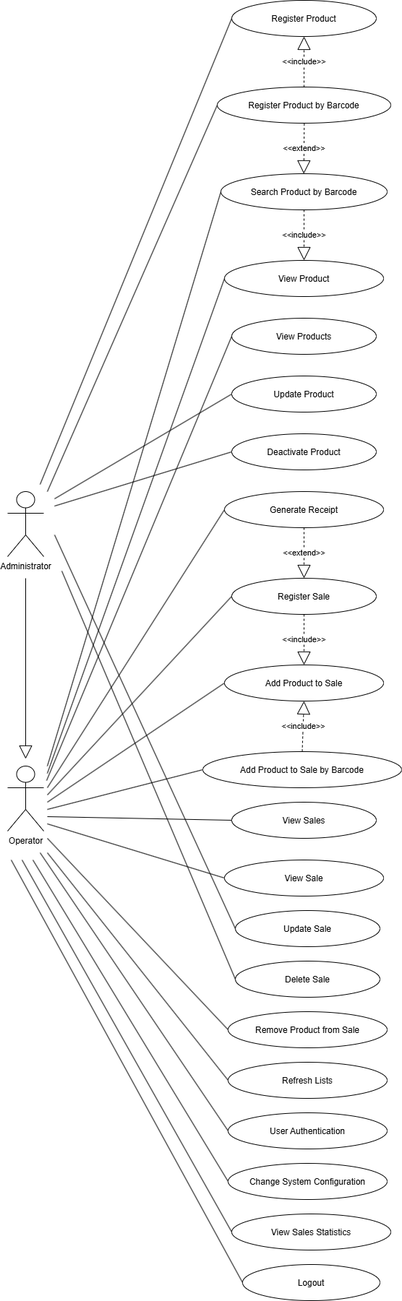
Before: docs/diagrams/Use_Case_Diagram.png, a diagram exported from draw.io (Marcos556149/sales-management-system). Source tidied: cells renumbered, new cells last; positions are measured from the earlier drawing's top-left corner, leaving out a move shared by most shapes.
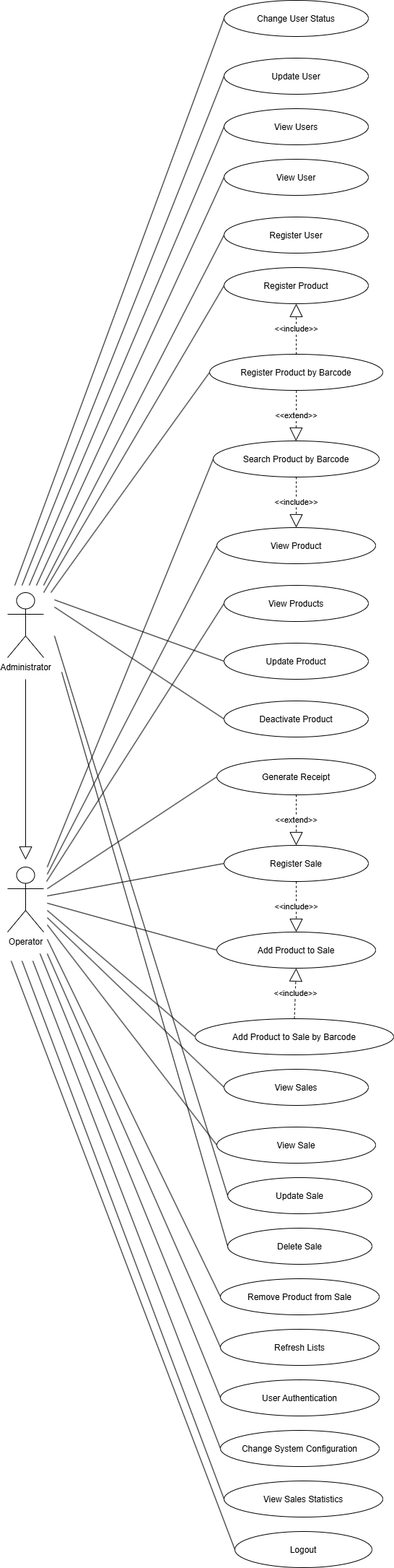
After the commit.

Commit message:
docs: update use case diagram to include user management functionalities

The edit, as a diff of the source:
```diff
@@ -57,10 +57,10 @@
       <mxGeometry x="305" y="1470" width="220" height="50" as="geometry" />
     </mxCell>
     <mxCell id="20" value="Administrator" style="shape=umlActor;verticalLabelPosition=bottom;verticalAlign=top;html=1;" parent="1" vertex="1">
-      <mxGeometry y="680" width="50" height="90" as="geometry" />
+      <mxGeometry x="10" y="450" width="50" height="90" as="geometry" />
     </mxCell>
     <mxCell id="21" value="Operator" style="shape=umlActor;verticalLabelPosition=bottom;verticalAlign=top;html=1;" parent="1" vertex="1">
-      <mxGeometry y="1060" width="50" height="90" as="geometry" />
+      <mxGeometry x="10" y="830" width="50" height="90" as="geometry" />
     </mxCell>
     <mxCell id="22" value="&amp;lt;&amp;lt;include&amp;gt;&amp;gt;" style="endArrow=block;endSize=16;endFill=0;html=1;rounded=0;dashed=1;exitX=0.5;exitY=1;exitDx=0;exitDy=0;entryX=0.5;entryY=0;entryDx=0;entryDy=0;" parent="1" edge="1" source="6" target="8">
       <mxGeometry relative="1" as="geometry" />
@@ -83,126 +83,165 @@
         <mxPoint x="409.7" y="240" as="targetPoint" />
       </mxGeometry>
     </mxCell>
-    <mxCell id="28" style="endArrow=none;html=1;rounded=0;entryX=0;entryY=0.5;entryDx=0;entryDy=0;" parent="1" edge="1" target="6">
-      <mxGeometry relative="1" as="geometry">
-        <mxPoint x="55" y="1060" as="sourcePoint" />
-      </mxGeometry>
-    </mxCell>
-    <mxCell id="29" style="endArrow=none;html=1;rounded=0;entryX=0;entryY=0.5;entryDx=0;entryDy=0;" parent="1" edge="1" target="8">
-      <mxGeometry relative="1" as="geometry">
-        <mxPoint x="55" y="1070" as="sourcePoint" />
-      </mxGeometry>
-    </mxCell>
-    <mxCell id="30" style="endArrow=none;html=1;rounded=0;entryX=0;entryY=0.5;entryDx=0;entryDy=0;" parent="1" edge="1" target="3">
-      <mxGeometry relative="1" as="geometry">
-        <mxPoint x="54" y="1080" as="sourcePoint" />
-      </mxGeometry>
-    </mxCell>
-    <mxCell id="31" style="endArrow=none;html=1;rounded=0;entryX=0;entryY=0.5;entryDx=0;entryDy=0;" parent="1" edge="1" target="18">
-      <mxGeometry relative="1" as="geometry">
-        <mxPoint x="45" y="1180" as="sourcePoint" />
-      </mxGeometry>
-    </mxCell>
-    <mxCell id="32" style="endArrow=block;endSize=16;endFill=0;html=1;rounded=0;" parent="1" edge="1">
-      <mxGeometry relative="1" as="geometry">
-        <mxPoint x="25" y="800" as="sourcePoint" />
-        <mxPoint x="25" y="1050" as="targetPoint" />
-      </mxGeometry>
-    </mxCell>
-    <mxCell id="33" style="endArrow=none;html=1;rounded=0;entryX=0;entryY=0.5;entryDx=0;entryDy=0;" parent="1" edge="1" target="10">
-      <mxGeometry relative="1" as="geometry">
-        <mxPoint x="55" y="1130" as="sourcePoint" />
-      </mxGeometry>
-    </mxCell>
-    <mxCell id="34" style="endArrow=none;html=1;rounded=0;entryX=0;entryY=0.5;entryDx=0;entryDy=0;" parent="1" edge="1" target="17">
-      <mxGeometry relative="1" as="geometry">
-        <mxPoint x="55" y="1140" as="sourcePoint" />
-      </mxGeometry>
-    </mxCell>
-    <mxCell id="35" style="endArrow=none;html=1;rounded=0;entryX=0;entryY=0.5;entryDx=0;entryDy=0;" parent="1" edge="1" target="9">
-      <mxGeometry relative="1" as="geometry">
-        <mxPoint x="55" y="1100" as="sourcePoint" />
-      </mxGeometry>
-    </mxCell>
-    <mxCell id="36" style="endArrow=none;html=1;rounded=0;entryX=0;entryY=0.5;entryDx=0;entryDy=0;" parent="1" edge="1" target="14">
-      <mxGeometry relative="1" as="geometry">
-        <mxPoint x="55" y="1110" as="sourcePoint" />
-      </mxGeometry>
-    </mxCell>
-    <mxCell id="37" style="endArrow=none;html=1;rounded=0;entryX=0;entryY=0.5;entryDx=0;entryDy=0;" parent="1" edge="1" target="13">
-      <mxGeometry relative="1" as="geometry">
-        <mxPoint x="55" y="1120" as="sourcePoint" />
-      </mxGeometry>
-    </mxCell>
-    <mxCell id="38" style="endArrow=none;html=1;rounded=0;entryX=0;entryY=0.5;entryDx=0;entryDy=0;" parent="1" edge="1" target="15">
-      <mxGeometry relative="1" as="geometry">
-        <mxPoint x="55" y="1160" as="sourcePoint" />
-      </mxGeometry>
-    </mxCell>
-    <mxCell id="39" style="endArrow=none;html=1;rounded=0;entryX=0;entryY=0.5;entryDx=0;entryDy=0;" parent="1" edge="1" target="16">
-      <mxGeometry relative="1" as="geometry">
-        <mxPoint x="55" y="1090" as="sourcePoint" />
-      </mxGeometry>
-    </mxCell>
-    <mxCell id="40" style="endArrow=none;html=1;rounded=0;entryX=0;entryY=0.5;entryDx=0;entryDy=0;" parent="1" edge="1" target="19">
-      <mxGeometry relative="1" as="geometry">
-        <mxPoint x="55" y="1180" as="sourcePoint" />
-      </mxGeometry>
-    </mxCell>
-    <mxCell id="41" style="endArrow=none;html=1;rounded=0;entryX=0;entryY=0.5;entryDx=0;entryDy=0;" parent="1" edge="1">
-      <mxGeometry relative="1" as="geometry">
-        <mxPoint x="35" y="1190" as="sourcePoint" />
-        <mxPoint x="305" y="1635" as="targetPoint" />
-      </mxGeometry>
-    </mxCell>
-    <mxCell id="42" style="endArrow=none;html=1;rounded=0;entryX=0;entryY=0.5;entryDx=0;entryDy=0;" parent="1" edge="1" target="2">
-      <mxGeometry relative="1" as="geometry">
-        <mxPoint x="45" y="670" as="sourcePoint" />
-      </mxGeometry>
-    </mxCell>
-    <mxCell id="43" style="endArrow=none;html=1;rounded=0;entryX=0;entryY=0.5;entryDx=0;entryDy=0;" parent="1" edge="1" target="7">
-      <mxGeometry relative="1" as="geometry">
-        <mxPoint x="55" y="680" as="sourcePoint" />
-      </mxGeometry>
-    </mxCell>
-    <mxCell id="44" style="endArrow=none;html=1;rounded=0;entryX=0;entryY=0.5;entryDx=0;entryDy=0;" parent="1" edge="1" target="4">
-      <mxGeometry relative="1" as="geometry">
-        <mxPoint x="65" y="690" as="sourcePoint" />
-      </mxGeometry>
-    </mxCell>
-    <mxCell id="45" style="endArrow=none;html=1;rounded=0;entryX=0;entryY=0.5;entryDx=0;entryDy=0;" parent="1" edge="1" target="5">
-      <mxGeometry relative="1" as="geometry">
-        <mxPoint x="65" y="700" as="sourcePoint" />
-      </mxGeometry>
-    </mxCell>
-    <mxCell id="46" style="endArrow=none;html=1;rounded=0;entryX=0;entryY=0.5;entryDx=0;entryDy=0;" parent="1" edge="1" target="11">
-      <mxGeometry relative="1" as="geometry">
-        <mxPoint x="65" y="740" as="sourcePoint" />
-      </mxGeometry>
-    </mxCell>
-    <mxCell id="47" style="endArrow=none;html=1;rounded=0;entryX=0;entryY=0.5;entryDx=0;entryDy=0;" parent="1" edge="1" target="12">
-      <mxGeometry relative="1" as="geometry">
-        <mxPoint x="75" y="790" as="sourcePoint" />
-      </mxGeometry>
-    </mxCell>
+    <mxCell id="53" style="endArrow=none;html=1;rounded=0;entryX=0;entryY=0.5;entryDx=0;entryDy=0;" parent="1" edge="1" target="6">
+      <mxGeometry relative="1" as="geometry">
+        <mxPoint x="65" y="830" as="sourcePoint" />
+      </mxGeometry>
+    </mxCell>
+    <mxCell id="54" style="endArrow=none;html=1;rounded=0;entryX=0;entryY=0.5;entryDx=0;entryDy=0;" parent="1" edge="1" target="8">
+      <mxGeometry relative="1" as="geometry">
+        <mxPoint x="65" y="840" as="sourcePoint" />
+      </mxGeometry>
+    </mxCell>
+    <mxCell id="55" style="endArrow=none;html=1;rounded=0;entryX=0;entryY=0.5;entryDx=0;entryDy=0;" parent="1" edge="1" target="3">
+      <mxGeometry relative="1" as="geometry">
+        <mxPoint x="64" y="850" as="sourcePoint" />
+      </mxGeometry>
+    </mxCell>
+    <mxCell id="56" style="endArrow=none;html=1;rounded=0;entryX=0;entryY=0.5;entryDx=0;entryDy=0;" parent="1" edge="1" target="18">
+      <mxGeometry relative="1" as="geometry">
+        <mxPoint x="55" y="950" as="sourcePoint" />
+      </mxGeometry>
+    </mxCell>
+    <mxCell id="57" style="endArrow=block;endSize=16;endFill=0;html=1;rounded=0;" parent="1" edge="1">
+      <mxGeometry relative="1" as="geometry">
+        <mxPoint x="35" y="570" as="sourcePoint" />
+        <mxPoint x="35" y="820" as="targetPoint" />
+      </mxGeometry>
+    </mxCell>
+    <mxCell id="58" style="endArrow=none;html=1;rounded=0;entryX=0;entryY=0.5;entryDx=0;entryDy=0;" parent="1" edge="1" target="10">
+      <mxGeometry relative="1" as="geometry">
+        <mxPoint x="65" y="900" as="sourcePoint" />
+      </mxGeometry>
+    </mxCell>
+    <mxCell id="59" style="endArrow=none;html=1;rounded=0;entryX=0;entryY=0.5;entryDx=0;entryDy=0;" parent="1" edge="1" target="17">
+      <mxGeometry relative="1" as="geometry">
+        <mxPoint x="65" y="910" as="sourcePoint" />
+      </mxGeometry>
+    </mxCell>
+    <mxCell id="60" style="endArrow=none;html=1;rounded=0;entryX=0;entryY=0.5;entryDx=0;entryDy=0;" parent="1" edge="1" target="9">
+      <mxGeometry relative="1" as="geometry">
+        <mxPoint x="65" y="870" as="sourcePoint" />
+      </mxGeometry>
+    </mxCell>
+    <mxCell id="61" style="endArrow=none;html=1;rounded=0;entryX=0;entryY=0.5;entryDx=0;entryDy=0;" parent="1" edge="1" target="14">
+      <mxGeometry relative="1" as="geometry">
+        <mxPoint x="65" y="880" as="sourcePoint" />
+      </mxGeometry>
+    </mxCell>
+    <mxCell id="62" style="endArrow=none;html=1;rounded=0;entryX=0;entryY=0.5;entryDx=0;entryDy=0;" parent="1" edge="1" target="13">
+      <mxGeometry relative="1" as="geometry">
+        <mxPoint x="65" y="890" as="sourcePoint" />
+      </mxGeometry>
+    </mxCell>
+    <mxCell id="63" style="endArrow=none;html=1;rounded=0;entryX=0;entryY=0.5;entryDx=0;entryDy=0;" parent="1" edge="1" target="15">
+      <mxGeometry relative="1" as="geometry">
+        <mxPoint x="65" y="930" as="sourcePoint" />
+      </mxGeometry>
+    </mxCell>
+    <mxCell id="64" style="endArrow=none;html=1;rounded=0;entryX=0;entryY=0.5;entryDx=0;entryDy=0;" parent="1" edge="1" target="16">
+      <mxGeometry relative="1" as="geometry">
+        <mxPoint x="65" y="860" as="sourcePoint" />
+      </mxGeometry>
+    </mxCell>
+    <mxCell id="65" style="endArrow=none;html=1;rounded=0;entryX=0;entryY=0.5;entryDx=0;entryDy=0;" parent="1" edge="1" target="19">
+      <mxGeometry relative="1" as="geometry">
+        <mxPoint x="65" y="950" as="sourcePoint" />
+      </mxGeometry>
+    </mxCell>
+    <mxCell id="66" style="endArrow=none;html=1;rounded=0;entryX=0;entryY=0.5;entryDx=0;entryDy=0;" parent="1" edge="1" target="50">
+      <mxGeometry relative="1" as="geometry">
+        <mxPoint x="45" y="960" as="sourcePoint" />
+      </mxGeometry>
+    </mxCell>
+    <mxCell id="67" style="endArrow=none;html=1;rounded=0;entryX=0;entryY=0.5;entryDx=0;entryDy=0;" parent="1" edge="1" target="2">
+      <mxGeometry relative="1" as="geometry">
+        <mxPoint x="60" y="450" as="sourcePoint" />
+      </mxGeometry>
+    </mxCell>
+    <mxCell id="68" style="endArrow=none;html=1;rounded=0;entryX=0;entryY=0.5;entryDx=0;entryDy=0;" parent="1" edge="1" target="7">
+      <mxGeometry relative="1" as="geometry">
+        <mxPoint x="70" y="450" as="sourcePoint" />
+      </mxGeometry>
+    </mxCell>
+    <mxCell id="69" style="endArrow=none;html=1;rounded=0;entryX=0;entryY=0.5;entryDx=0;entryDy=0;" parent="1" edge="1" target="4">
+      <mxGeometry relative="1" as="geometry">
+        <mxPoint x="75" y="460" as="sourcePoint" />
+      </mxGeometry>
+    </mxCell>
+    <mxCell id="70" style="endArrow=none;html=1;rounded=0;entryX=0;entryY=0.5;entryDx=0;entryDy=0;" parent="1" edge="1" target="5">
+      <mxGeometry relative="1" as="geometry">
+        <mxPoint x="75" y="470" as="sourcePoint" />
+      </mxGeometry>
+    </mxCell>
+    <mxCell id="71" style="endArrow=none;html=1;rounded=0;entryX=0;entryY=0.5;entryDx=0;entryDy=0;" parent="1" edge="1" target="11">
+      <mxGeometry relative="1" as="geometry">
+        <mxPoint x="75" y="510" as="sourcePoint" />
+      </mxGeometry>
+    </mxCell>
+    <mxCell id="72" style="endArrow=none;html=1;rounded=0;entryX=0;entryY=0.5;entryDx=0;entryDy=0;" parent="1" edge="1" target="12">
+      <mxGeometry relative="1" as="geometry">
+        <mxPoint x="85" y="560" as="sourcePoint" />
+      </mxGeometry>
+    </mxCell>
     <mxCell id="48" value="View Sales Statistics" style="ellipse;" parent="1" vertex="1">
       <mxGeometry x="310" y="1680" width="220" height="50" as="geometry" />
     </mxCell>
-    <mxCell id="49" style="endArrow=none;html=1;rounded=0;entryX=0;entryY=0.5;entryDx=0;entryDy=0;" parent="1" edge="1" target="48">
-      <mxGeometry relative="1" as="geometry">
-        <mxPoint x="20" y="1190" as="sourcePoint" />
-      </mxGeometry>
-    </mxCell>
+    <mxCell id="73" style="endArrow=none;html=1;rounded=0;entryX=0;entryY=0.5;entryDx=0;entryDy=0;" parent="1" edge="1" target="48">
+      <mxGeometry relative="1" as="geometry">
+        <mxPoint x="30" y="960" as="sourcePoint" />
+      </mxGeometry>
+    </mxCell>
     <mxCell id="50" value="Change System Configuration" style="ellipse;" parent="1" vertex="1">
       <mxGeometry x="305" y="1610" width="220" height="50" as="geometry" />
     </mxCell>
     <mxCell id="51" value="Logout" style="ellipse;" parent="1" vertex="1">
       <mxGeometry x="325" y="1750" width="190" height="50" as="geometry" />
     </mxCell>
-    <mxCell id="52" style="endArrow=none;html=1;rounded=0;entryX=0;entryY=0.5;entryDx=0;entryDy=0;" parent="1" edge="1" target="51">
-      <mxGeometry relative="1" as="geometry">
-        <mxPoint x="5" y="1190" as="sourcePoint" />
-      </mxGeometry>
-    </mxCell>
+    <mxCell id="74" style="endArrow=none;html=1;rounded=0;entryX=0;entryY=0.5;entryDx=0;entryDy=0;" parent="1" edge="1" target="51">
+      <mxGeometry relative="1" as="geometry">
+        <mxPoint x="15" y="960" as="sourcePoint" />
+      </mxGeometry>
+    </mxCell>
+    <mxCell id="75" value="Register User" style="ellipse;" parent="1" vertex="1">
+      <mxGeometry x="310" y="-70" width="200" height="50" as="geometry" />
+    </mxCell>
+    <mxCell id="76" value="View User" style="ellipse;" parent="1" vertex="1">
+      <mxGeometry x="310" y="-150" width="200" height="50" as="geometry" />
+    </mxCell>
+    <mxCell id="77" value="View Users" style="ellipse;" parent="1" vertex="1">
+      <mxGeometry x="310" y="-220" width="200" height="50" as="geometry" />
+    </mxCell>
+    <mxCell id="78" value="Update User" style="ellipse;" parent="1" vertex="1">
+      <mxGeometry x="310" y="-290" width="200" height="50" as="geometry" />
+    </mxCell>
+    <mxCell id="79" value="Change User Status" style="ellipse;" parent="1" vertex="1">
+      <mxGeometry x="310" y="-370" width="200" height="50" as="geometry" />
+    </mxCell>
+    <mxCell id="80" style="endArrow=none;html=1;rounded=0;entryX=0;entryY=0.5;entryDx=0;entryDy=0;" parent="1" edge="1" target="75">
+      <mxGeometry relative="1" as="geometry">
+        <mxPoint x="60" y="440" as="sourcePoint" />
+      </mxGeometry>
+    </mxCell>
+    <mxCell id="81" style="endArrow=none;html=1;rounded=0;entryX=0;entryY=0.5;entryDx=0;entryDy=0;" parent="1" edge="1" target="76">
+      <mxGeometry relative="1" as="geometry">
+        <mxPoint x="50" y="440" as="sourcePoint" />
+      </mxGeometry>
+    </mxCell>
+    <mxCell id="82" style="endArrow=none;html=1;rounded=0;entryX=0;entryY=0.5;entryDx=0;entryDy=0;" parent="1" edge="1" target="77">
+      <mxGeometry relative="1" as="geometry">
+        <mxPoint x="40" y="440" as="sourcePoint" />
+      </mxGeometry>
+    </mxCell>
+    <mxCell id="83" style="endArrow=none;html=1;rounded=0;entryX=0;entryY=0.5;entryDx=0;entryDy=0;" parent="1" edge="1" target="78">
+      <mxGeometry relative="1" as="geometry">
+        <mxPoint x="30" y="440" as="sourcePoint" />
+      </mxGeometry>
+    </mxCell>
+    <mxCell id="84" style="endArrow=none;html=1;rounded=0;entryX=0;entryY=0.5;entryDx=0;entryDy=0;" parent="1" edge="1" target="79">
+      <mxGeometry relative="1" as="geometry">
+        <mxPoint x="20" y="440" as="sourcePoint" />
+      </mxGeometry>
+    </mxCell>
   </root>
 </mxGraphModel>
```
